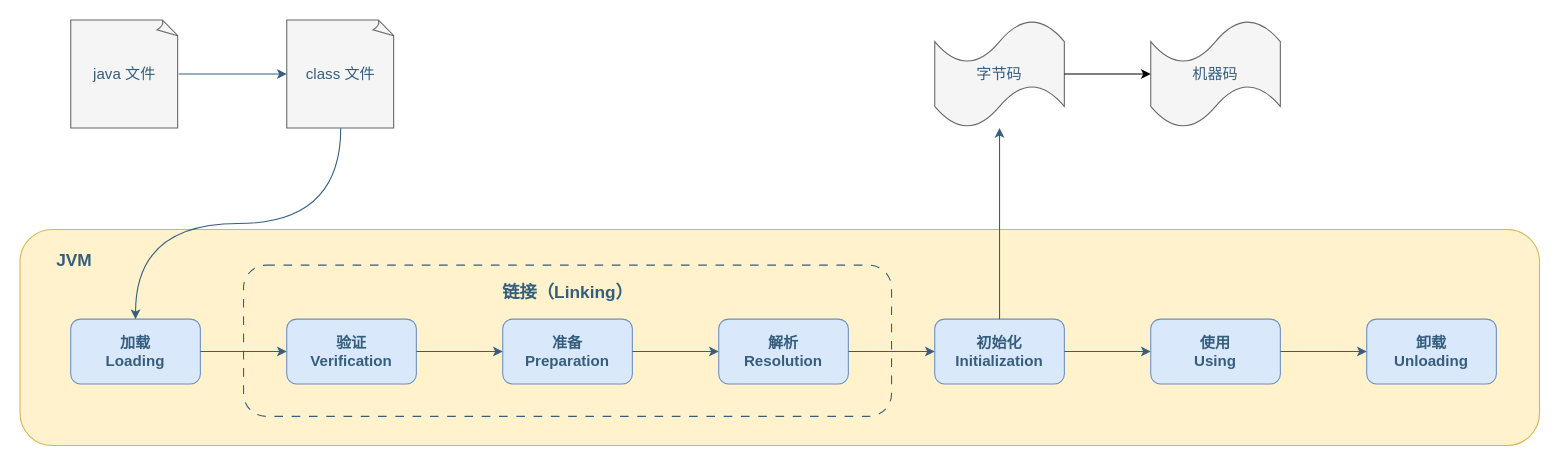
Before: page "类的生命周期" (1 of 3) of assets/Java/JavaCore/JVM/Java虚拟机之类加载.drawio in dunwu/waterdrop, a draw.io diagram. Source tidied: cells renumbered, new cells numbered last; positions are measured from the earlier drawing's top-left corner, leaving out a move shared by most shapes. Both pictures are drawn from the tidied source at 108%, with x=0, y=0 at pixel (19, 19).
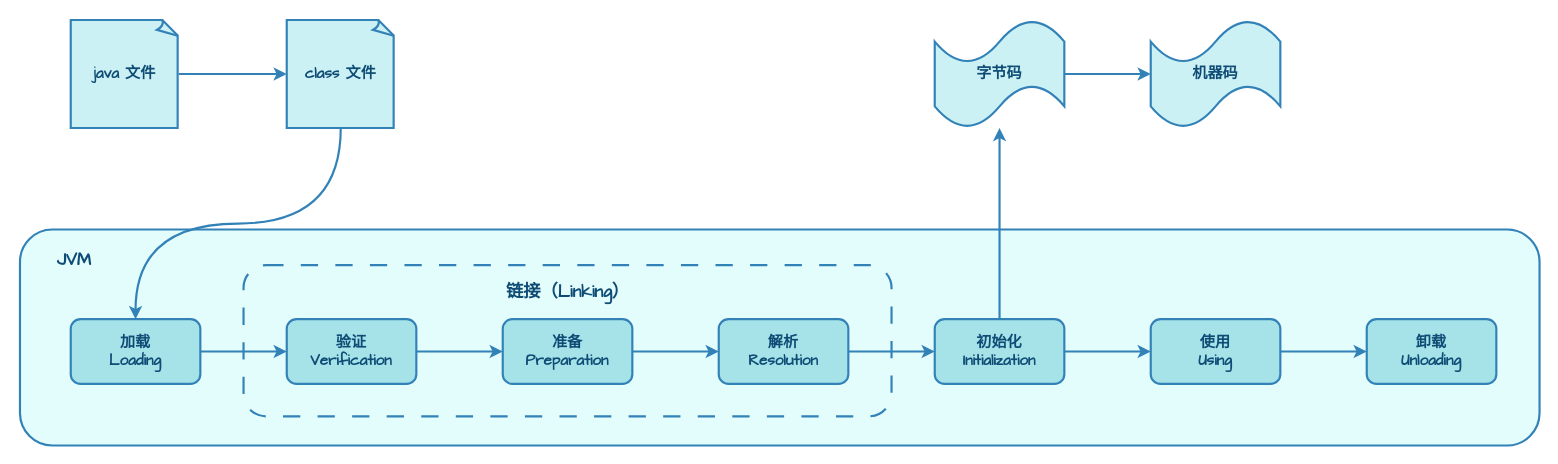
After the change.

Change to the diagram source:
```diff
@@
-    <mxCell id="2" style="rounded=1;whiteSpace=wrap;html=1;fillColor=#fff2cc;strokeColor=#d6b656;fontSize=14;shadow=0;fontStyle=1;" parent="1" vertex="1">
+    <mxCell id="2" style="rounded=1;whiteSpace=wrap;html=1;fillColor=#E3FDFD;strokeColor=#3282B8;fontSize=14;shadow=0;fontStyle=1;fontColor=#0F4C75;strokeWidth=2;fontFamily=Comic Sans MS;" parent="1" vertex="1">
       <mxGeometry y="194" width="1407" height="200" as="geometry" />
     </mxCell>
-    <mxCell id="3" style="rounded=1;whiteSpace=wrap;html=1;dashed=1;dashPattern=8 8;fontSize=14;fillColor=none;strokeColor=#355E7E;fontColor=#355E7E;fontStyle=1;" parent="1" vertex="1">
+    <mxCell id="3" style="rounded=1;whiteSpace=wrap;html=1;dashed=1;dashPattern=8 8;fontSize=14;fillColor=none;strokeColor=#3282B8;fontColor=#0F4C75;fontStyle=1;strokeWidth=2;fontFamily=Comic Sans MS;" parent="1" vertex="1">
       <mxGeometry x="207" y="227" width="600" height="140" as="geometry" />
     </mxCell>
-    <mxCell id="4" value="&lt;div style=&quot;font-size: 14px;&quot;&gt;加载&lt;/div&gt;&lt;div style=&quot;font-size: 14px;&quot;&gt;Loading&lt;/div&gt;" style="rounded=1;whiteSpace=wrap;html=1;fontSize=14;fillColor=#dae8fc;strokeColor=#6c8ebf;shadow=0;fontColor=#355E7E;fontStyle=1;" parent="1" vertex="1">
+    <mxCell id="4" value="&lt;div style=&quot;font-size: 14px;&quot;&gt;加载&lt;/div&gt;&lt;div style=&quot;font-size: 14px;&quot;&gt;Loading&lt;/div&gt;" style="rounded=1;whiteSpace=wrap;html=1;fontSize=14;fillColor=#A6E3E9;strokeColor=#3282B8;shadow=0;fontColor=#0F4C75;fontStyle=1;strokeWidth=2;fontFamily=Comic Sans MS;" parent="1" vertex="1">
       <mxGeometry x="47" y="277" width="120" height="60" as="geometry" />
     </mxCell>
-    <mxCell id="5" value="&lt;div style=&quot;font-size: 14px;&quot;&gt;&lt;div style=&quot;font-size: 14px;&quot;&gt;验证&lt;/div&gt;&lt;div style=&quot;font-size: 14px;&quot;&gt;Verification&lt;/div&gt;&lt;/div&gt;" style="rounded=1;whiteSpace=wrap;html=1;fontSize=14;fillColor=#dae8fc;strokeColor=#6c8ebf;shadow=0;fontColor=#355E7E;fontStyle=1;" parent="1" vertex="1">
+    <mxCell id="5" value="&lt;div style=&quot;font-size: 14px;&quot;&gt;&lt;div style=&quot;font-size: 14px;&quot;&gt;验证&lt;/div&gt;&lt;div style=&quot;font-size: 14px;&quot;&gt;Verification&lt;/div&gt;&lt;/div&gt;" style="rounded=1;whiteSpace=wrap;html=1;fontSize=14;fillColor=#A6E3E9;strokeColor=#3282B8;shadow=0;fontColor=#0F4C75;fontStyle=1;strokeWidth=2;fontFamily=Comic Sans MS;" parent="1" vertex="1">
       <mxGeometry x="247" y="277" width="120" height="60" as="geometry" />
     </mxCell>
-    <mxCell id="6" style="edgeStyle=orthogonalEdgeStyle;jettySize=auto;html=1;exitX=1;exitY=0.5;exitDx=0;exitDy=0;entryX=0;entryY=0.5;entryDx=0;entryDy=0;fontSize=14;curved=1;fontColor=#355E7E;strokeColor=#355E7E;fontStyle=1;" parent="1" edge="1" source="4" target="5">
+    <mxCell id="6" style="edgeStyle=orthogonalEdgeStyle;jettySize=auto;html=1;exitX=1;exitY=0.5;exitDx=0;exitDy=0;entryX=0;entryY=0.5;entryDx=0;entryDy=0;fontSize=14;curved=1;fontColor=#0F4C75;strokeColor=#3282B8;fontStyle=1;strokeWidth=2;fontFamily=Comic Sans MS;" parent="1" edge="1" source="4" target="5">
       <mxGeometry relative="1" as="geometry" />
     </mxCell>
-    <mxCell id="7" value="&lt;div style=&quot;font-size: 14px;&quot;&gt;&lt;div style=&quot;font-size: 14px;&quot;&gt;准备&lt;/div&gt;&lt;div style=&quot;font-size: 14px;&quot;&gt;Preparation&lt;/div&gt;&lt;/div&gt;" style="rounded=1;whiteSpace=wrap;html=1;fontSize=14;fillColor=#dae8fc;strokeColor=#6c8ebf;shadow=0;fontColor=#355E7E;fontStyle=1;" parent="1" vertex="1">
+    <mxCell id="7" value="&lt;div style=&quot;font-size: 14px;&quot;&gt;&lt;div style=&quot;font-size: 14px;&quot;&gt;准备&lt;/div&gt;&lt;div style=&quot;font-size: 14px;&quot;&gt;Preparation&lt;/div&gt;&lt;/div&gt;" style="rounded=1;whiteSpace=wrap;html=1;fontSize=14;fillColor=#A6E3E9;strokeColor=#3282B8;shadow=0;fontColor=#0F4C75;fontStyle=1;strokeWidth=2;fontFamily=Comic Sans MS;" parent="1" vertex="1">
       <mxGeometry x="447" y="277" width="120" height="60" as="geometry" />
     </mxCell>
-    <mxCell id="8" style="edgeStyle=orthogonalEdgeStyle;jettySize=auto;html=1;exitX=1;exitY=0.5;exitDx=0;exitDy=0;fontSize=14;curved=1;fontColor=#355E7E;strokeColor=#355E7E;fontStyle=1;" parent="1" edge="1" source="5" target="7">
+    <mxCell id="8" style="edgeStyle=orthogonalEdgeStyle;jettySize=auto;html=1;exitX=1;exitY=0.5;exitDx=0;exitDy=0;fontSize=14;curved=1;fontColor=#0F4C75;strokeColor=#3282B8;fontStyle=1;strokeWidth=2;fontFamily=Comic Sans MS;" parent="1" edge="1" source="5" target="7">
       <mxGeometry relative="1" as="geometry" />
     </mxCell>
-    <mxCell id="9" value="&lt;div style=&quot;font-size: 14px;&quot;&gt;&lt;div style=&quot;font-size: 14px;&quot;&gt;解析&lt;/div&gt;&lt;div style=&quot;font-size: 14px;&quot;&gt;Resolution&lt;/div&gt;&lt;/div&gt;" style="rounded=1;whiteSpace=wrap;html=1;fontSize=14;fillColor=#dae8fc;strokeColor=#6c8ebf;shadow=0;fontColor=#355E7E;fontStyle=1;" parent="1" vertex="1">
+    <mxCell id="9" value="&lt;div style=&quot;font-size: 14px;&quot;&gt;&lt;div style=&quot;font-size: 14px;&quot;&gt;解析&lt;/div&gt;&lt;div style=&quot;font-size: 14px;&quot;&gt;Resolution&lt;/div&gt;&lt;/div&gt;" style="rounded=1;whiteSpace=wrap;html=1;fontSize=14;fillColor=#A6E3E9;strokeColor=#3282B8;shadow=0;fontColor=#0F4C75;fontStyle=1;strokeWidth=2;fontFamily=Comic Sans MS;" parent="1" vertex="1">
       <mxGeometry x="647" y="277" width="120" height="60" as="geometry" />
     </mxCell>
-    <mxCell id="10" style="edgeStyle=orthogonalEdgeStyle;jettySize=auto;html=1;exitX=1;exitY=0.5;exitDx=0;exitDy=0;entryX=0;entryY=0.5;entryDx=0;entryDy=0;fontSize=14;curved=1;fontColor=#355E7E;strokeColor=#355E7E;fontStyle=1;" parent="1" edge="1" source="7" target="9">
+    <mxCell id="10" style="edgeStyle=orthogonalEdgeStyle;jettySize=auto;html=1;exitX=1;exitY=0.5;exitDx=0;exitDy=0;entryX=0;entryY=0.5;entryDx=0;entryDy=0;fontSize=14;curved=1;fontColor=#0F4C75;strokeColor=#3282B8;fontStyle=1;strokeWidth=2;fontFamily=Comic Sans MS;" parent="1" edge="1" source="7" target="9">
       <mxGeometry relative="1" as="geometry" />
     </mxCell>
-    <mxCell id="11" value="&lt;div style=&quot;font-size: 14px;&quot;&gt;&lt;div style=&quot;font-size: 14px;&quot;&gt;初始化&lt;/div&gt;&lt;div style=&quot;font-size: 14px;&quot;&gt;Initialization&lt;/div&gt;&lt;/div&gt;" style="rounded=1;whiteSpace=wrap;html=1;fontSize=14;fillColor=#dae8fc;strokeColor=#6c8ebf;shadow=0;fontColor=#355E7E;fontStyle=1;" parent="1" vertex="1">
+    <mxCell id="11" value="&lt;div style=&quot;font-size: 14px;&quot;&gt;&lt;div style=&quot;font-size: 14px;&quot;&gt;初始化&lt;/div&gt;&lt;div style=&quot;font-size: 14px;&quot;&gt;Initialization&lt;/div&gt;&lt;/div&gt;" style="rounded=1;whiteSpace=wrap;html=1;fontSize=14;fillColor=#A6E3E9;strokeColor=#3282B8;shadow=0;fontColor=#0F4C75;fontStyle=1;strokeWidth=2;fontFamily=Comic Sans MS;" parent="1" vertex="1">
       <mxGeometry x="847" y="277" width="120" height="60" as="geometry" />
     </mxCell>
-    <mxCell id="12" style="edgeStyle=orthogonalEdgeStyle;jettySize=auto;html=1;exitX=1;exitY=0.5;exitDx=0;exitDy=0;entryX=0;entryY=0.5;entryDx=0;entryDy=0;fontSize=14;curved=1;fontColor=#355E7E;strokeColor=#355E7E;fontStyle=1;" parent="1" edge="1" source="9" target="11">
+    <mxCell id="12" style="edgeStyle=orthogonalEdgeStyle;jettySize=auto;html=1;exitX=1;exitY=0.5;exitDx=0;exitDy=0;entryX=0;entryY=0.5;entryDx=0;entryDy=0;fontSize=14;curved=1;fontColor=#0F4C75;strokeColor=#3282B8;fontStyle=1;strokeWidth=2;fontFamily=Comic Sans MS;" parent="1" edge="1" source="9" target="11">
       <mxGeometry relative="1" as="geometry" />
     </mxCell>
-    <mxCell id="13" value="&lt;div style=&quot;font-size: 14px;&quot;&gt;使用&lt;/div&gt;&lt;div style=&quot;font-size: 14px;&quot;&gt;Using&lt;/div&gt;" style="rounded=1;whiteSpace=wrap;html=1;fontSize=14;fillColor=#dae8fc;strokeColor=#6c8ebf;shadow=0;fontColor=#355E7E;fontStyle=1;" parent="1" vertex="1">
+    <mxCell id="13" value="&lt;div style=&quot;font-size: 14px;&quot;&gt;使用&lt;/div&gt;&lt;div style=&quot;font-size: 14px;&quot;&gt;Using&lt;/div&gt;" style="rounded=1;whiteSpace=wrap;html=1;fontSize=14;fillColor=#A6E3E9;strokeColor=#3282B8;shadow=0;fontColor=#0F4C75;fontStyle=1;strokeWidth=2;fontFamily=Comic Sans MS;" parent="1" vertex="1">
       <mxGeometry x="1047" y="277" width="120" height="60" as="geometry" />
     </mxCell>
-    <mxCell id="14" style="edgeStyle=orthogonalEdgeStyle;jettySize=auto;html=1;exitX=1;exitY=0.5;exitDx=0;exitDy=0;entryX=0;entryY=0.5;entryDx=0;entryDy=0;fontSize=14;curved=1;fontColor=#355E7E;strokeColor=#355E7E;fontStyle=1;" parent="1" edge="1" source="11" target="13">
+    <mxCell id="14" style="edgeStyle=orthogonalEdgeStyle;jettySize=auto;html=1;exitX=1;exitY=0.5;exitDx=0;exitDy=0;entryX=0;entryY=0.5;entryDx=0;entryDy=0;fontSize=14;curved=1;fontColor=#0F4C75;strokeColor=#3282B8;fontStyle=1;strokeWidth=2;fontFamily=Comic Sans MS;" parent="1" edge="1" source="11" target="13">
       <mxGeometry relative="1" as="geometry" />
     </mxCell>
-    <mxCell id="15" value="&lt;div style=&quot;font-size: 14px;&quot;&gt;卸载&lt;/div&gt;&lt;div style=&quot;font-size: 14px;&quot;&gt;Unloading&lt;/div&gt;" style="rounded=1;whiteSpace=wrap;html=1;fontSize=14;fillColor=#dae8fc;strokeColor=#6c8ebf;shadow=0;fontColor=#355E7E;fontStyle=1;" parent="1" vertex="1">
+    <mxCell id="15" value="&lt;div style=&quot;font-size: 14px;&quot;&gt;卸载&lt;/div&gt;&lt;div style=&quot;font-size: 14px;&quot;&gt;Unloading&lt;/div&gt;" style="rounded=1;whiteSpace=wrap;html=1;fontSize=14;fillColor=#A6E3E9;strokeColor=#3282B8;shadow=0;fontColor=#0F4C75;fontStyle=1;strokeWidth=2;fontFamily=Comic Sans MS;" parent="1" vertex="1">
       <mxGeometry x="1247" y="277" width="120" height="60" as="geometry" />
     </mxCell>
-    <mxCell id="16" style="edgeStyle=orthogonalEdgeStyle;jettySize=auto;html=1;exitX=1;exitY=0.5;exitDx=0;exitDy=0;entryX=0;entryY=0.5;entryDx=0;entryDy=0;fontSize=14;curved=1;fontColor=#355E7E;strokeColor=#355E7E;fontStyle=1;" parent="1" edge="1" source="13" target="15">
+    <mxCell id="16" style="edgeStyle=orthogonalEdgeStyle;jettySize=auto;html=1;exitX=1;exitY=0.5;exitDx=0;exitDy=0;entryX=0;entryY=0.5;entryDx=0;entryDy=0;fontSize=14;curved=1;fontColor=#0F4C75;strokeColor=#3282B8;fontStyle=1;strokeWidth=2;fontFamily=Comic Sans MS;" parent="1" edge="1" source="13" target="15">
       <mxGeometry relative="1" as="geometry" />
     </mxCell>
-    <mxCell id="17" value="链接（Linking）" style="text;html=1;align=center;verticalAlign=middle;strokeColor=none;fillColor=none;fontSize=16;fontStyle=1;fontColor=#355E7E;" parent="1" vertex="1">
+    <mxCell id="17" value="链接（Linking）" style="text;html=1;align=center;verticalAlign=middle;strokeColor=none;fillColor=none;fontSize=16;fontStyle=1;fontColor=#0F4C75;strokeWidth=2;fontFamily=Comic Sans MS;" parent="1" vertex="1">
       <mxGeometry x="437" y="237" width="140" height="30" as="geometry" />
     </mxCell>
-    <mxCell id="18" value="JVM" style="text;html=1;align=center;verticalAlign=middle;strokeColor=none;fillColor=none;fontSize=16;fontStyle=1;fontColor=#355E7E;" parent="1" vertex="1">
+    <mxCell id="18" value="JVM" style="text;html=1;align=center;verticalAlign=middle;strokeColor=none;fillColor=none;fontSize=16;fontStyle=1;fontColor=#0F4C75;strokeWidth=2;fontFamily=Comic Sans MS;" parent="1" vertex="1">
       <mxGeometry x="20" y="207" width="60" height="30" as="geometry" />
     </mxCell>
-    <mxCell id="19" value="java 文件" style="whiteSpace=wrap;html=1;shape=mxgraph.basic.document;rounded=1;strokeColor=#666666;align=center;verticalAlign=middle;fontFamily=Helvetica;fontSize=14;fontColor=#355E7E;fillColor=#f5f5f5;shadow=0;" parent="1" vertex="1">
+    <mxCell id="19" value="java 文件" style="whiteSpace=wrap;html=1;shape=mxgraph.basic.document;rounded=1;strokeColor=#3282B8;align=center;verticalAlign=middle;fontFamily=Comic Sans MS;fontSize=14;fontColor=#0F4C75;fillColor=#CBF1F5;shadow=0;strokeWidth=2;fontStyle=1;" parent="1" vertex="1">
       <mxGeometry x="47" width="100" height="100" as="geometry" />
     </mxCell>
-    <mxCell id="20" style="edgeStyle=orthogonalEdgeStyle;shape=connector;curved=1;rounded=1;jettySize=auto;html=1;labelBackgroundColor=default;strokeColor=#355E7E;align=center;verticalAlign=middle;fontFamily=Helvetica;fontSize=14;fontColor=#355E7E;endArrow=classic;exitX=0.5;exitY=1;exitDx=0;exitDy=0;exitPerimeter=0;" parent="1" edge="1" source="21" target="4">
+    <mxCell id="20" style="edgeStyle=orthogonalEdgeStyle;shape=connector;curved=1;rounded=1;jettySize=auto;html=1;labelBackgroundColor=default;strokeColor=#3282B8;align=center;verticalAlign=middle;fontFamily=Comic Sans MS;fontSize=14;fontColor=#0F4C75;endArrow=classic;exitX=0.5;exitY=1;exitDx=0;exitDy=0;exitPerimeter=0;strokeWidth=2;fontStyle=1;" parent="1" edge="1" source="21" target="4">
       <mxGeometry relative="1" as="geometry" />
     </mxCell>
-    <mxCell id="21" value="class 文件" style="whiteSpace=wrap;html=1;shape=mxgraph.basic.document;rounded=1;strokeColor=#666666;align=center;verticalAlign=middle;fontFamily=Helvetica;fontSize=14;fontColor=#355E7E;fillColor=#f5f5f5;shadow=0;" parent="1" vertex="1">
+    <mxCell id="21" value="class 文件" style="whiteSpace=wrap;html=1;shape=mxgraph.basic.document;rounded=1;strokeColor=#3282B8;align=center;verticalAlign=middle;fontFamily=Comic Sans MS;fontSize=14;fontColor=#0F4C75;fillColor=#CBF1F5;shadow=0;strokeWidth=2;fontStyle=1;" parent="1" vertex="1">
       <mxGeometry x="247" width="100" height="100" as="geometry" />
     </mxCell>
-    <mxCell id="22" style="edgeStyle=orthogonalEdgeStyle;jettySize=auto;html=1;exitX=1;exitY=0.5;exitDx=0;exitDy=0;exitPerimeter=0;fontSize=14;curved=1;fontColor=#355E7E;strokeColor=#355E7E;" parent="1" edge="1" source="19" target="21">
+    <mxCell id="22" style="edgeStyle=orthogonalEdgeStyle;jettySize=auto;html=1;exitX=1;exitY=0.5;exitDx=0;exitDy=0;exitPerimeter=0;fontSize=14;curved=1;fontColor=#0F4C75;strokeColor=#3282B8;strokeWidth=2;fontStyle=1;fontFamily=Comic Sans MS;" parent="1" edge="1" source="19" target="21">
       <mxGeometry relative="1" as="geometry" />
     </mxCell>
-    <mxCell id="23" style="edgeStyle=orthogonalEdgeStyle;jettySize=auto;html=1;exitX=0.5;exitY=0;exitDx=0;exitDy=0;fontSize=14;curved=1;fontColor=#355E7E;strokeColor=#355E7E;" parent="1" edge="1" source="11" target="24">
+    <mxCell id="23" style="edgeStyle=orthogonalEdgeStyle;jettySize=auto;html=1;exitX=0.5;exitY=0;exitDx=0;exitDy=0;fontSize=14;curved=1;fontColor=#0F4C75;strokeColor=#3282B8;strokeWidth=2;fontStyle=1;fontFamily=Comic Sans MS;" parent="1" edge="1" source="11" target="24">
       <mxGeometry relative="1" as="geometry" />
     </mxCell>
-    <mxCell id="24" value="字节码" style="shape=tape;whiteSpace=wrap;html=1;fontSize=14;fillColor=#f5f5f5;fontColor=#355E7E;strokeColor=#666666;shadow=0;" parent="1" vertex="1">
+    <mxCell id="24" value="字节码" style="shape=tape;whiteSpace=wrap;html=1;fontSize=14;fillColor=#CBF1F5;fontColor=#0F4C75;strokeColor=#3282B8;shadow=0;strokeWidth=2;fontStyle=1;fontFamily=Comic Sans MS;" parent="1" vertex="1">
       <mxGeometry x="847" width="120" height="100" as="geometry" />
     </mxCell>
-    <mxCell id="25" value="机器码" style="shape=tape;whiteSpace=wrap;html=1;fontSize=14;fillColor=#f5f5f5;fontColor=#355E7E;strokeColor=#666666;shadow=0;" parent="1" vertex="1">
+    <mxCell id="25" value="机器码" style="shape=tape;whiteSpace=wrap;html=1;fontSize=14;fillColor=#CBF1F5;fontColor=#0F4C75;strokeColor=#3282B8;shadow=0;strokeWidth=2;fontStyle=1;fontFamily=Comic Sans MS;" parent="1" vertex="1">
       <mxGeometry x="1047" width="120" height="100" as="geometry" />
     </mxCell>
-    <mxCell id="26" style="edgeStyle=orthogonalEdgeStyle;jettySize=auto;html=1;exitX=1;exitY=0.5;exitDx=0;exitDy=0;exitPerimeter=0;entryX=0;entryY=0.5;entryDx=0;entryDy=0;entryPerimeter=0;curved=1;fontColor=#355E7E;" parent="1" edge="1" source="24" target="25">
+    <mxCell id="26" style="edgeStyle=orthogonalEdgeStyle;jettySize=auto;html=1;exitX=1;exitY=0.5;exitDx=0;exitDy=0;exitPerimeter=0;entryX=0;entryY=0.5;entryDx=0;entryDy=0;entryPerimeter=0;curved=1;fontColor=#0F4C75;strokeColor=#3282B8;strokeWidth=2;fontStyle=1;fontFamily=Comic Sans MS;" parent="1" edge="1" source="24" target="25">
       <mxGeometry relative="1" as="geometry" />
     </mxCell>
```
